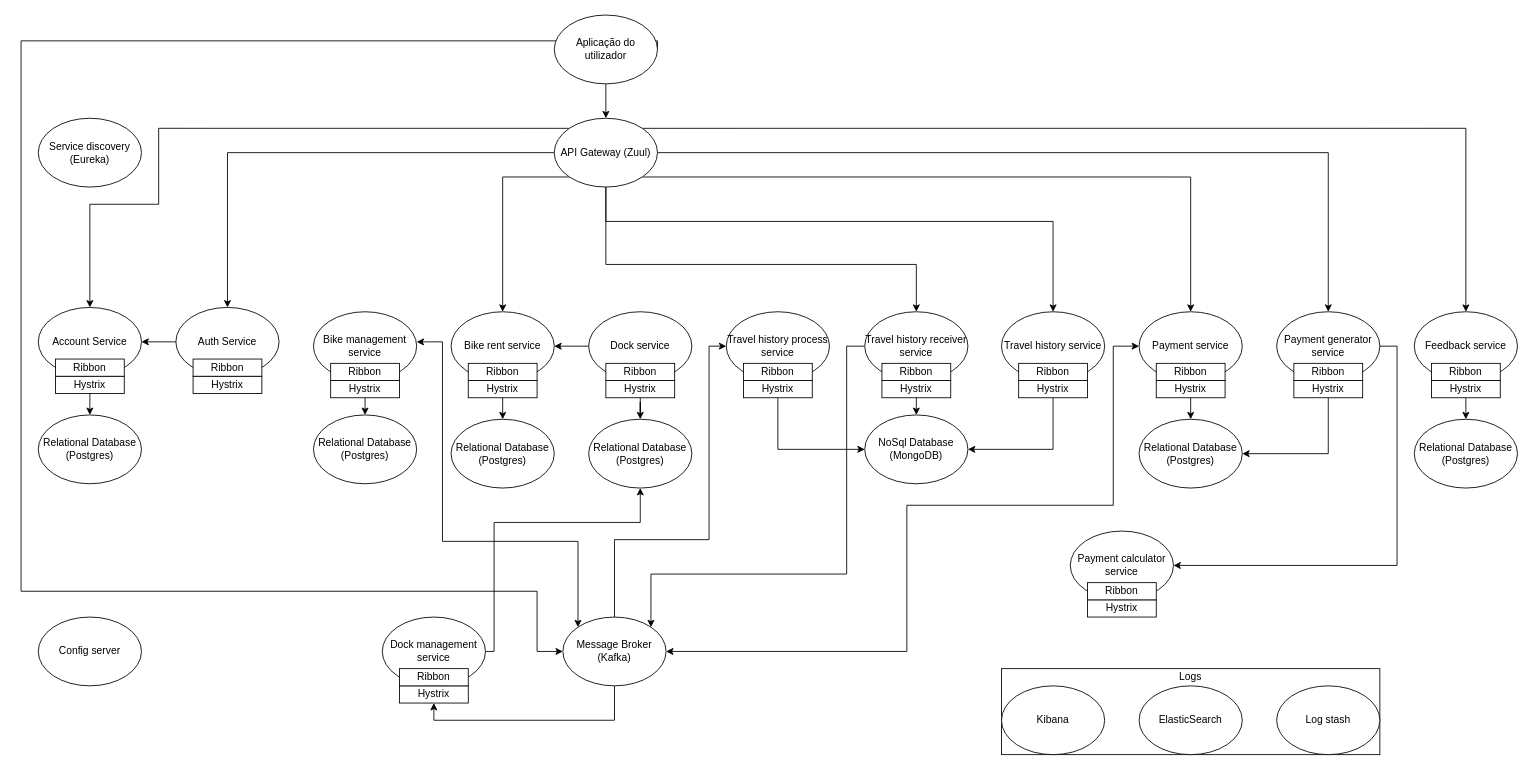
Earlier version of the draw.io diagram architecture.drawio (danielpinto8zz6/BikeSharing). Source tidied: cells renumbered, new cells numbered last; positions are measured from the earlier drawing's top-left corner, leaving out a move shared by most shapes. Both pictures are drawn from the tidied source at 86%, with x=0, y=0 at pixel (21, 15).
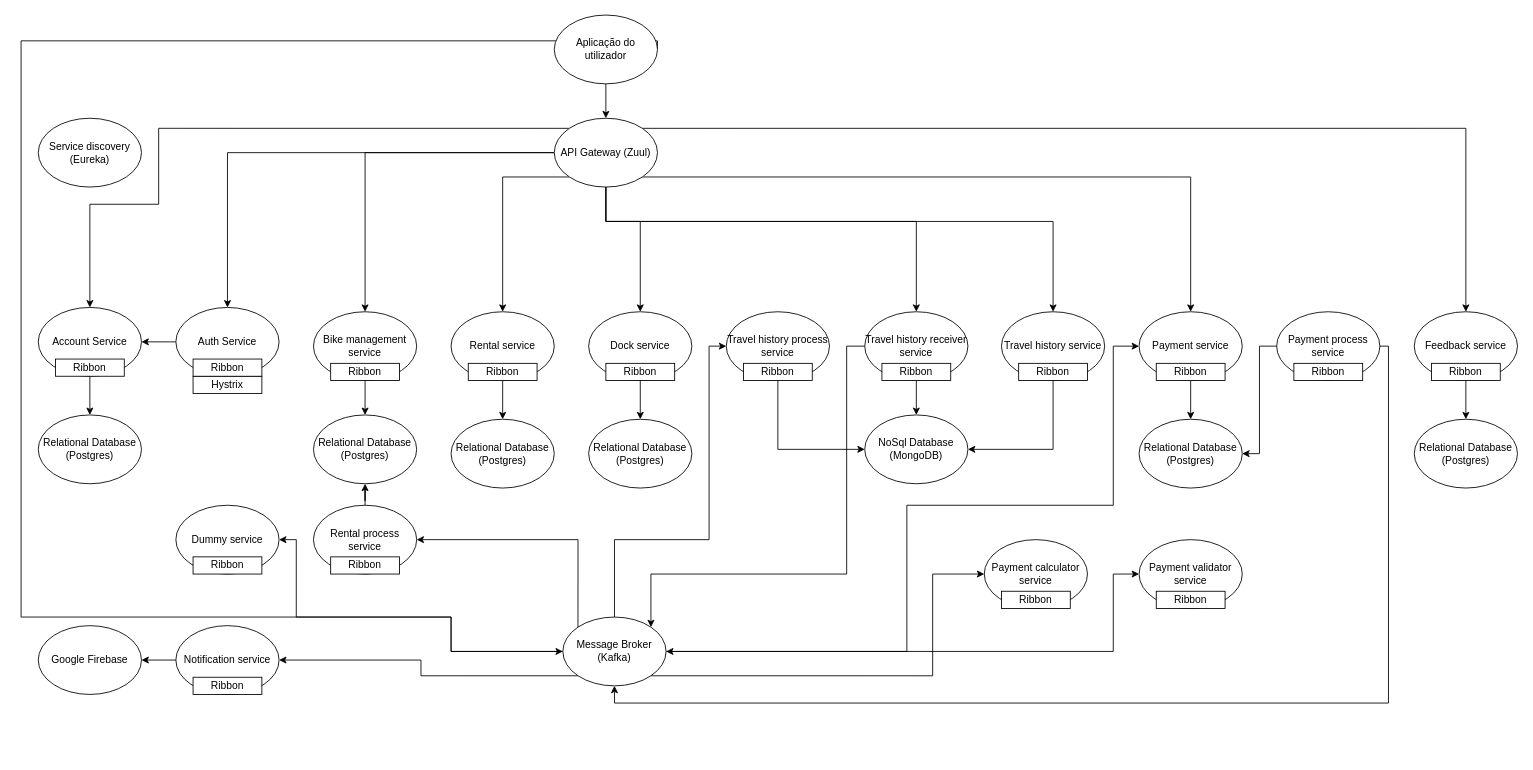
After the change.

Unchanged cells that the change refers to:
```xml
<mxCell id="4" value="Aplicação do utilizador" style="ellipse;whiteSpace=wrap;html=1;" parent="1" vertex="1">
  <mxGeometry x="620" width="120" height="80" as="geometry" />
</mxCell>
<mxCell id="14" value="API Gateway (Zuul)" style="ellipse;whiteSpace=wrap;html=1;" parent="1" vertex="1">
  <mxGeometry x="620" y="120" width="120" height="80" as="geometry" />
</mxCell>
<mxCell id="22" value="Relational Database (Postgres)" style="ellipse;whiteSpace=wrap;html=1;" parent="1" vertex="1">
  <mxGeometry x="1300" y="470" width="120" height="80" as="geometry" />
</mxCell>
<mxCell id="38" value="Bike management service" style="ellipse;whiteSpace=wrap;html=1;" parent="1" vertex="1">
  <mxGeometry x="340" y="345" width="120" height="80" as="geometry" />
</mxCell>
<mxCell id="41" value="Relational Database (Postgres)" style="ellipse;whiteSpace=wrap;html=1;" parent="1" vertex="1">
  <mxGeometry x="340" y="465" width="120" height="80" as="geometry" />
</mxCell>
<mxCell id="42" value="Relational Database (Postgres)" style="ellipse;whiteSpace=wrap;html=1;" parent="1" vertex="1">
  <mxGeometry x="660" y="470" width="120" height="80" as="geometry" />
</mxCell>
<mxCell id="47" value="Message Broker (Kafka)" style="ellipse;whiteSpace=wrap;html=1;" parent="1" vertex="1">
  <mxGeometry x="630" y="700" width="120" height="80" as="geometry" />
</mxCell>
<mxCell id="55" style="group;" parent="1" vertex="1">
  <mxGeometry x="360" y="405" width="80" height="40" as="geometry" />
</mxCell>
<mxCell id="58" style="group;" parent="1" vertex="1">
  <mxGeometry x="520" y="405" width="80" height="40" as="geometry" />
</mxCell>
<mxCell id="61" style="group;" parent="1" vertex="1">
  <mxGeometry x="840" y="405" width="80" height="40" as="geometry" />
</mxCell>
<mxCell id="76" value="Payment calculator service" style="ellipse;whiteSpace=wrap;html=1;" parent="75" vertex="1">
  <mxGeometry width="120" height="80" as="geometry" />
</mxCell>
<mxCell id="83" value="&lt;div&gt;Dock service&lt;/div&gt;" style="ellipse;whiteSpace=wrap;html=1;" parent="82" vertex="1">
  <mxGeometry width="120" height="80" as="geometry" />
</mxCell>
<mxCell id="84" style="group;" parent="82" vertex="1">
  <mxGeometry x="20" y="60" width="80" height="40" as="geometry" />
</mxCell>
<mxCell id="86" value="Ribbon" style="rounded=0;whiteSpace=wrap;html=1;" parent="84" vertex="1">
  <mxGeometry width="80" height="20" as="geometry" />
</mxCell>
<mxCell id="95" value="Travel history receiver service" style="ellipse;whiteSpace=wrap;html=1;" parent="1" vertex="1">
  <mxGeometry x="981" y="345" width="120" height="80" as="geometry" />
</mxCell>
```

The edit, as a diff of the source:
```diff
@@
     <mxCell id="2" style="edgeStyle=orthogonalEdgeStyle;rounded=0;jettySize=auto;html=1;exitX=1;exitY=0.5;exitDx=0;exitDy=0;entryX=0;entryY=0.5;entryDx=0;entryDy=0;" parent="1" edge="1" source="4" target="47">
       <mxGeometry relative="1" as="geometry">
         <Array as="points">
           <mxPoint x="740" y="30" />
           <mxPoint y="30" />
-          <mxPoint y="670" />
-          <mxPoint x="600" y="670" />
-          <mxPoint x="600" y="740" />
+          <mxPoint y="700" />
+          <mxPoint x="500" y="700" />
+          <mxPoint x="500" y="740" />
         </Array>
       </mxGeometry>
     </mxCell>
@@
-    <mxCell id="12" style="edgeStyle=orthogonalEdgeStyle;rounded=0;jettySize=auto;html=1;entryX=0.5;entryY=0;entryDx=0;entryDy=0;" parent="1" edge="1" source="14" target="89">
-      <mxGeometry relative="1" as="geometry" />
-    </mxCell>
     <mxCell id="13" style="edgeStyle=orthogonalEdgeStyle;rounded=0;jettySize=auto;html=1;entryX=0.5;entryY=0;entryDx=0;entryDy=0;" parent="1" edge="1" source="14" target="95">
       <mxGeometry relative="1" as="geometry">
         <Array as="points">
-          <mxPoint x="680" y="290" />
-          <mxPoint x="1041" y="290" />
+          <mxPoint x="680" y="240" />
+          <mxPoint x="1041" y="240" />
         </Array>
       </mxGeometry>
     </mxCell>
+    <mxCell id="98" style="edgeStyle=orthogonalEdgeStyle;rounded=0;jettySize=auto;html=1;" parent="1" edge="1" source="14" target="38">
+      <mxGeometry relative="1" as="geometry" />
+    </mxCell>
+    <mxCell id="99" style="edgeStyle=orthogonalEdgeStyle;rounded=0;jettySize=auto;html=1;exitX=0.5;exitY=1;exitDx=0;exitDy=0;" parent="1" edge="1" source="14" target="83">
+      <mxGeometry relative="1" as="geometry">
+        <Array as="points">
+          <mxPoint x="680" y="240" />
+          <mxPoint x="720" y="240" />
+        </Array>
+      </mxGeometry>
+    </mxCell>
@@
-    <mxCell id="20" style="edgeStyle=orthogonalEdgeStyle;rounded=0;jettySize=auto;html=1;exitX=1;exitY=0.5;exitDx=0;exitDy=0;entryX=1;entryY=0.5;entryDx=0;entryDy=0;" parent="1" edge="1" source="89" target="76">
-      <mxGeometry relative="1" as="geometry" />
+    <mxCell id="20" style="edgeStyle=orthogonalEdgeStyle;rounded=0;jettySize=auto;html=1;exitX=1;exitY=1;exitDx=0;exitDy=0;entryX=0;entryY=0.5;entryDx=0;entryDy=0;" parent="1" edge="1" source="47" target="76">
+      <mxGeometry relative="1" as="geometry">
+        <Array as="points">
+          <mxPoint x="1060" y="768" />
+          <mxPoint x="1060" y="650" />
+        </Array>
+      </mxGeometry>
     </mxCell>
@@
-    <mxCell id="24" value="Bike rent service" style="ellipse;whiteSpace=wrap;html=1;" parent="1" vertex="1">
+    <mxCell id="24" value="Rental service" style="ellipse;whiteSpace=wrap;html=1;" parent="1" vertex="1">
       <mxGeometry x="500" y="345" width="120" height="80" as="geometry" />
     </mxCell>
@@
-    <mxCell id="26" style="group;" parent="1" vertex="1">
-      <mxGeometry x="1140" y="780" width="440" height="80" as="geometry" />
-    </mxCell>
-    <mxCell id="27" style="rounded=0;whiteSpace=wrap;html=1;" parent="26" vertex="1">
-      <mxGeometry y="-20" width="440" height="100" as="geometry" />
-    </mxCell>
-    <mxCell id="28" value="Kibana" style="ellipse;whiteSpace=wrap;html=1;" parent="26" vertex="1">
-      <mxGeometry width="120" height="80" as="geometry" />
-    </mxCell>
-    <mxCell id="29" value="ElasticSearch" style="ellipse;whiteSpace=wrap;html=1;" parent="26" vertex="1">
-      <mxGeometry x="160" width="120" height="80" as="geometry" />
-    </mxCell>
-    <mxCell id="30" value="Log stash" style="ellipse;whiteSpace=wrap;html=1;" parent="26" vertex="1">
-      <mxGeometry x="320" width="120" height="80" as="geometry" />
-    </mxCell>
-    <mxCell id="31" value="Logs" style="text;html=1;strokeColor=none;fillColor=none;align=center;verticalAlign=middle;whiteSpace=wrap;rounded=0;" parent="26" vertex="1">
-      <mxGeometry x="200" y="-20" width="40" height="20" as="geometry" />
-    </mxCell>
@@
-    <mxCell id="34" style="edgeStyle=orthogonalEdgeStyle;rounded=0;jettySize=auto;html=1;" parent="1" edge="1" source="71" target="42">
-      <mxGeometry relative="1" as="geometry">
-        <Array as="points">
-          <mxPoint x="550" y="590" />
-          <mxPoint x="720" y="590" />
-        </Array>
-      </mxGeometry>
-    </mxCell>
@@
-    <mxCell id="45" style="edgeStyle=orthogonalEdgeStyle;rounded=0;jettySize=auto;html=1;exitX=0.5;exitY=1;exitDx=0;exitDy=0;entryX=0.5;entryY=1;entryDx=0;entryDy=0;" parent="1" edge="1" source="47" target="73">
-      <mxGeometry relative="1" as="geometry" />
-    </mxCell>
@@
+    <mxCell id="100" style="edgeStyle=orthogonalEdgeStyle;rounded=0;jettySize=auto;html=1;entryX=0;entryY=0.5;entryDx=0;entryDy=0;" parent="1" edge="1" source="47" target="106">
+      <mxGeometry relative="1" as="geometry">
+        <Array as="points">
+          <mxPoint x="1270" y="740" />
+          <mxPoint x="1270" y="650" />
+        </Array>
+      </mxGeometry>
+    </mxCell>
+    <mxCell id="101" style="edgeStyle=orthogonalEdgeStyle;rounded=0;jettySize=auto;html=1;exitX=0;exitY=1;exitDx=0;exitDy=0;entryX=1;entryY=0.5;entryDx=0;entryDy=0;" parent="1" edge="1" source="47" target="109">
+      <mxGeometry relative="1" as="geometry" />
+    </mxCell>
+    <mxCell id="102" style="edgeStyle=orthogonalEdgeStyle;rounded=0;jettySize=auto;html=1;exitX=0;exitY=0;exitDx=0;exitDy=0;entryX=1;entryY=0.5;entryDx=0;entryDy=0;" parent="1" edge="1" source="47" target="112">
+      <mxGeometry relative="1" as="geometry">
+        <Array as="points">
+          <mxPoint x="648" y="610" />
+        </Array>
+      </mxGeometry>
+    </mxCell>
+    <mxCell id="103" style="edgeStyle=orthogonalEdgeStyle;rounded=0;jettySize=auto;html=1;entryX=1;entryY=0.5;entryDx=0;entryDy=0;" parent="1" edge="1" source="47" target="114">
+      <mxGeometry relative="1" as="geometry">
+        <Array as="points">
+          <mxPoint x="500" y="740" />
+          <mxPoint x="500" y="700" />
+          <mxPoint x="320" y="700" />
+          <mxPoint x="320" y="610" />
+        </Array>
+      </mxGeometry>
+    </mxCell>
@@
-    <mxCell id="53" value="Hystrix" style="rounded=0;whiteSpace=wrap;html=1;" parent="1" vertex="1">
-      <mxGeometry x="40" y="420" width="80" height="20" as="geometry" />
-    </mxCell>
@@
-    <mxCell id="56" value="Hystrix" style="rounded=0;whiteSpace=wrap;html=1;" parent="55" vertex="1">
-      <mxGeometry y="20" width="80" height="20" as="geometry" />
-    </mxCell>
@@
-    <mxCell id="59" value="Hystrix" style="rounded=0;whiteSpace=wrap;html=1;" parent="58" vertex="1">
-      <mxGeometry y="20" width="80" height="20" as="geometry" />
-    </mxCell>
@@
-    <mxCell id="62" value="Hystrix" style="rounded=0;whiteSpace=wrap;html=1;" parent="61" vertex="1">
-      <mxGeometry y="20" width="80" height="20" as="geometry" />
-    </mxCell>
@@
-    <mxCell id="64" value="Hystrix" style="rounded=0;whiteSpace=wrap;html=1;" parent="1" vertex="1">
-      <mxGeometry x="1160" y="425" width="80" height="20" as="geometry" />
-    </mxCell>
@@
-    <mxCell id="67" value="Hystrix" style="rounded=0;whiteSpace=wrap;html=1;" parent="1" vertex="1">
-      <mxGeometry x="1320" y="425" width="80" height="20" as="geometry" />
-    </mxCell>
@@
-    <mxCell id="69" value="Hystrix" style="rounded=0;whiteSpace=wrap;html=1;" parent="1" vertex="1">
-      <mxGeometry x="1640" y="425" width="80" height="20" as="geometry" />
-    </mxCell>
-    <mxCell id="70" style="group;" parent="1" vertex="1">
-      <mxGeometry x="420" y="700" width="120" height="100" as="geometry" />
-    </mxCell>
-    <mxCell id="71" value="&lt;div&gt;Dock management service&lt;/div&gt;" style="ellipse;whiteSpace=wrap;html=1;" parent="70" vertex="1">
-      <mxGeometry width="120" height="80" as="geometry" />
-    </mxCell>
-    <mxCell id="72" style="group;" parent="70" vertex="1">
-      <mxGeometry x="20" y="60" width="80" height="40" as="geometry" />
-    </mxCell>
-    <mxCell id="73" value="Hystrix" style="rounded=0;whiteSpace=wrap;html=1;" parent="72" vertex="1">
-      <mxGeometry y="20" width="80" height="20" as="geometry" />
-    </mxCell>
-    <mxCell id="74" value="Ribbon" style="rounded=0;whiteSpace=wrap;html=1;" parent="72" vertex="1">
-      <mxGeometry width="80" height="20" as="geometry" />
-    </mxCell>
     <mxCell id="75" style="group;" parent="1" vertex="1">
-      <mxGeometry x="1220" y="600" width="120" height="100" as="geometry" />
+      <mxGeometry x="1120" y="610" width="120" height="100" as="geometry" />
     </mxCell>
@@
-    <mxCell id="77" value="Hystrix" style="rounded=0;whiteSpace=wrap;html=1;" parent="75" vertex="1">
-      <mxGeometry x="20" y="80" width="80" height="20" as="geometry" />
-    </mxCell>
@@
-    <mxCell id="79" style="endArrow=classic;startArrow=classic;html=1;entryX=1;entryY=0.438;entryDx=0;entryDy=0;edgeStyle=orthogonalEdgeStyle;exitX=0;exitY=0;exitDx=0;exitDy=0;rounded=0;entryPerimeter=0;" parent="1" edge="1" source="47" target="38">
-      <mxGeometry relative="1" as="geometry">
-        <Array as="points">
-          <mxPoint x="490" y="612" />
-          <mxPoint x="490" y="380" />
-        </Array>
-      </mxGeometry>
-    </mxCell>
@@
-    <mxCell id="81" value="Config server" style="ellipse;whiteSpace=wrap;html=1;" parent="1" vertex="1">
-      <mxGeometry x="20" y="700" width="120" height="80" as="geometry" />
+    <mxCell id="81" value="Google Firebase" style="ellipse;whiteSpace=wrap;html=1;" parent="1" vertex="1">
+      <mxGeometry x="20" y="710" width="120" height="80" as="geometry" />
     </mxCell>
@@
-    <mxCell id="85" value="Hystrix" style="rounded=0;whiteSpace=wrap;html=1;" parent="84" vertex="1">
-      <mxGeometry y="20" width="80" height="20" as="geometry" />
-    </mxCell>
@@
-    <mxCell id="87" style="edgeStyle=orthogonalEdgeStyle;rounded=0;jettySize=auto;html=1;exitX=0.5;exitY=1;exitDx=0;exitDy=0;" parent="1" edge="1" source="85" target="42">
+    <mxCell id="87" style="edgeStyle=orthogonalEdgeStyle;rounded=0;jettySize=auto;html=1;exitX=0.5;exitY=1;exitDx=0;exitDy=0;" parent="1" edge="1" source="86" target="42">
       <mxGeometry relative="1" as="geometry" />
     </mxCell>
-    <mxCell id="88" style="edgeStyle=orthogonalEdgeStyle;rounded=0;jettySize=auto;html=1;exitX=0;exitY=0.5;exitDx=0;exitDy=0;entryX=1;entryY=0.5;entryDx=0;entryDy=0;" parent="1" edge="1" source="83" target="24">
-      <mxGeometry relative="1" as="geometry" />
-    </mxCell>
+    <mxCell id="104" style="edgeStyle=orthogonalEdgeStyle;rounded=0;jettySize=auto;html=1;exitX=1;exitY=0.5;exitDx=0;exitDy=0;entryX=0.5;entryY=1;entryDx=0;entryDy=0;" parent="1" edge="1" source="89" target="47">
+      <mxGeometry relative="1" as="geometry">
+        <Array as="points">
+          <mxPoint x="1590" y="385" />
+          <mxPoint x="1590" y="800" />
+          <mxPoint x="690" y="800" />
+        </Array>
+      </mxGeometry>
+    </mxCell>
-    <mxCell id="89" value="Payment generator service" style="ellipse;whiteSpace=wrap;html=1;" parent="1" vertex="1">
+    <mxCell id="89" value="Payment process service" style="ellipse;whiteSpace=wrap;html=1;" parent="1" vertex="1">
       <mxGeometry x="1460" y="345" width="120" height="80" as="geometry" />
     </mxCell>
@@
-    <mxCell id="91" style="edgeStyle=orthogonalEdgeStyle;rounded=0;jettySize=auto;html=1;entryX=1;entryY=0.5;entryDx=0;entryDy=0;" parent="1" edge="1" source="92" target="22">
+    <mxCell id="91" style="edgeStyle=orthogonalEdgeStyle;rounded=0;jettySize=auto;html=1;entryX=1;entryY=0.5;entryDx=0;entryDy=0;exitX=0;exitY=0.5;exitDx=0;exitDy=0;" parent="1" edge="1" source="89" target="22">
       <mxGeometry relative="1" as="geometry">
         <Array as="points">
-          <mxPoint x="1520" y="510" />
+          <mxPoint x="1440" y="385" />
+          <mxPoint x="1440" y="510" />
         </Array>
       </mxGeometry>
     </mxCell>
-    <mxCell id="92" value="Hystrix" style="rounded=0;whiteSpace=wrap;html=1;" parent="1" vertex="1">
-      <mxGeometry x="1480" y="425" width="80" height="20" as="geometry" />
-    </mxCell>
@@
-    <mxCell id="96" value="Hystrix" style="rounded=0;whiteSpace=wrap;html=1;" parent="1" vertex="1">
-      <mxGeometry x="1001" y="425" width="80" height="20" as="geometry" />
-    </mxCell>
@@
+    <mxCell id="105" style="group;" parent="1" vertex="1">
+      <mxGeometry x="1300" y="610" width="120" height="100" as="geometry" />
+    </mxCell>
+    <mxCell id="106" value="Payment validator service" style="ellipse;whiteSpace=wrap;html=1;" parent="105" vertex="1">
+      <mxGeometry width="120" height="80" as="geometry" />
+    </mxCell>
+    <mxCell id="107" value="Ribbon" style="rounded=0;whiteSpace=wrap;html=1;" parent="105" vertex="1">
+      <mxGeometry x="20" y="60" width="80" height="20" as="geometry" />
+    </mxCell>
+    <mxCell id="108" style="edgeStyle=orthogonalEdgeStyle;rounded=0;jettySize=auto;html=1;exitX=0;exitY=0.5;exitDx=0;exitDy=0;entryX=1;entryY=0.5;entryDx=0;entryDy=0;" parent="1" edge="1" source="109" target="81">
+      <mxGeometry relative="1" as="geometry" />
+    </mxCell>
+    <mxCell id="109" value="Notification service" style="ellipse;whiteSpace=wrap;html=1;" parent="1" vertex="1">
+      <mxGeometry x="180" y="710" width="120" height="80" as="geometry" />
+    </mxCell>
+    <mxCell id="110" style="group;" parent="1" vertex="1">
+      <mxGeometry x="200" y="770" width="80" height="40" as="geometry" />
+    </mxCell>
+    <mxCell id="74" value="Ribbon" style="rounded=0;whiteSpace=wrap;html=1;" parent="110" vertex="1">
+      <mxGeometry width="80" height="20" as="geometry" />
+    </mxCell>
+    <mxCell id="111" style="edgeStyle=orthogonalEdgeStyle;rounded=0;jettySize=auto;html=1;entryX=0.5;entryY=1;entryDx=0;entryDy=0;" parent="1" edge="1" source="112" target="41">
+      <mxGeometry relative="1" as="geometry" />
+    </mxCell>
+    <mxCell id="112" value="Rental process service" style="ellipse;whiteSpace=wrap;html=1;" parent="1" vertex="1">
+      <mxGeometry x="340" y="570" width="120" height="80" as="geometry" />
+    </mxCell>
+    <mxCell id="113" value="Ribbon" style="rounded=0;whiteSpace=wrap;html=1;" parent="1" vertex="1">
+      <mxGeometry x="360" y="630" width="80" height="20" as="geometry" />
+    </mxCell>
+    <mxCell id="114" value="Dummy service" style="ellipse;whiteSpace=wrap;html=1;" parent="1" vertex="1">
+      <mxGeometry x="180" y="570" width="120" height="80" as="geometry" />
+    </mxCell>
+    <mxCell id="115" value="Ribbon" style="rounded=0;whiteSpace=wrap;html=1;" parent="1" vertex="1">
+      <mxGeometry x="200" y="630" width="80" height="20" as="geometry" />
+    </mxCell>
```
